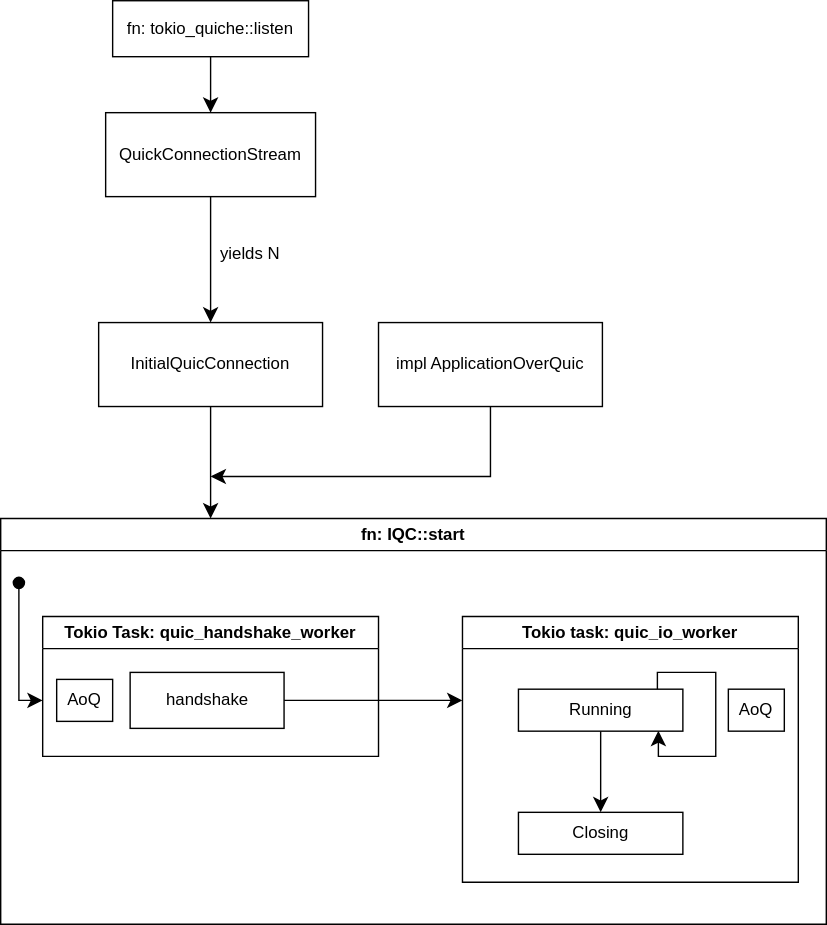
cloudflare/quiche keeps this draw.io diagram as tokio-quiche/docs/arch-server.drawio.svg. Above is the earlier version. Source tidied: cells renumbered, new cells last; positions are measured from the earlier drawing's top-left corner, leaving out a move shared by most shapes. Its diagram source:
```xml
<mxGraphModel>
  <root>
    <mxCell id="0" />
    <mxCell id="1" parent="0" />
    <mxCell id="2" style="edgeStyle=none;curved=1;rounded=0;jettySize=auto;html=1;fontSize=12;startSize=8;endSize=8;entryX=0.5;entryY=0;entryDx=0;entryDy=0;" parent="1" edge="1" source="3" target="6">
      <mxGeometry relative="1" as="geometry" />
    </mxCell>
    <mxCell id="3" value="fn: tokio_quiche::listen" style="rounded=0;whiteSpace=wrap;html=1;" parent="1" vertex="1">
      <mxGeometry x="80" width="140" height="40" as="geometry" />
    </mxCell>
    <mxCell id="4" style="edgeStyle=none;curved=1;rounded=0;jettySize=auto;html=1;entryX=0.5;entryY=0;entryDx=0;entryDy=0;fontSize=12;startSize=8;endSize=8;" parent="1" edge="1" source="6" target="7">
      <mxGeometry relative="1" as="geometry" />
    </mxCell>
    <mxCell id="5" value="yields N" style="edgeLabel;html=1;align=center;verticalAlign=middle;fontSize=12;" parent="4" vertex="1">
      <mxGeometry x="-0.55" y="2" relative="1" as="geometry">
        <mxPoint x="25" y="20" as="offset" />
      </mxGeometry>
    </mxCell>
    <mxCell id="6" value="QuickConnectionStream" style="rounded=0;whiteSpace=wrap;html=1;" parent="1" vertex="1">
      <mxGeometry x="75" y="80" width="150" height="60" as="geometry" />
    </mxCell>
    <mxCell id="7" value="InitialQuicConnection" style="rounded=0;whiteSpace=wrap;html=1;" parent="1" vertex="1">
      <mxGeometry x="70" y="230" width="160" height="60" as="geometry" />
    </mxCell>
    <mxCell id="8" style="edgeStyle=orthogonalEdgeStyle;rounded=0;jettySize=auto;html=1;fontSize=12;startSize=8;endSize=8;exitX=0.5;exitY=1;exitDx=0;exitDy=0;" parent="1" edge="1" source="9">
      <mxGeometry relative="1" as="geometry">
        <mxPoint x="150" y="340" as="targetPoint" />
        <Array as="points">
          <mxPoint x="350" y="340" />
          <mxPoint x="150" y="340" />
        </Array>
      </mxGeometry>
    </mxCell>
    <mxCell id="9" value="impl ApplicationOverQuic" style="rounded=0;whiteSpace=wrap;html=1;" parent="1" vertex="1">
      <mxGeometry x="270" y="230" width="160" height="60" as="geometry" />
    </mxCell>
    <mxCell id="10" value="fn: IQC::start" style="swimlane;whiteSpace=wrap;html=1;" parent="1" vertex="1">
      <mxGeometry y="370" width="590" height="290" as="geometry" />
    </mxCell>
    <mxCell id="11" value="Tokio Task: quic_handshake_worker" style="swimlane;whiteSpace=wrap;html=1;startSize=23;" parent="10" vertex="1">
      <mxGeometry x="30" y="70" width="240" height="100" as="geometry" />
    </mxCell>
    <mxCell id="12" style="edgeStyle=none;curved=1;rounded=0;jettySize=auto;html=1;fontSize=12;startSize=8;endSize=8;" parent="11" edge="1" source="13">
      <mxGeometry relative="1" as="geometry">
        <mxPoint x="300" y="60" as="targetPoint" />
      </mxGeometry>
    </mxCell>
    <mxCell id="13" value="handshake" style="rounded=0;whiteSpace=wrap;html=1;" parent="11" vertex="1">
      <mxGeometry x="62.5" y="40" width="110" height="40" as="geometry" />
    </mxCell>
    <mxCell id="14" value="AoQ" style="rounded=0;whiteSpace=wrap;html=1;" parent="11" vertex="1">
      <mxGeometry x="10" y="45" width="40" height="30" as="geometry" />
    </mxCell>
    <mxCell id="15" value="Tokio task: quic_io_worker" style="swimlane;whiteSpace=wrap;html=1;" parent="10" vertex="1">
      <mxGeometry x="330" y="70" width="240" height="190" as="geometry" />
    </mxCell>
    <mxCell id="16" style="edgeStyle=orthogonalEdgeStyle;rounded=0;orthogonalLoop=1;jettySize=auto;html=1;fontSize=12;startSize=8;endSize=8;entryX=0.847;entryY=0.989;entryDx=0;entryDy=0;entryPerimeter=0;exitX=0.845;exitY=0.069;exitDx=0;exitDy=0;exitPerimeter=0;" parent="15" edge="1" source="18" target="18">
      <mxGeometry relative="1" as="geometry">
        <Array as="points">
          <mxPoint x="139" y="40" />
          <mxPoint x="181" y="40" />
          <mxPoint x="181" y="100" />
          <mxPoint x="140" y="100" />
          <mxPoint x="140" y="82" />
        </Array>
      </mxGeometry>
    </mxCell>
    <mxCell id="17" style="edgeStyle=none;curved=1;rounded=0;jettySize=auto;html=1;entryX=0.5;entryY=0;entryDx=0;entryDy=0;fontSize=12;startSize=8;endSize=8;" parent="15" edge="1" source="18" target="19">
      <mxGeometry relative="1" as="geometry" />
    </mxCell>
    <mxCell id="18" value="Running" style="rounded=0;whiteSpace=wrap;html=1;" parent="15" vertex="1">
      <mxGeometry x="40" y="52" width="117.5" height="30" as="geometry" />
    </mxCell>
    <mxCell id="19" value="Closing" style="rounded=0;whiteSpace=wrap;html=1;" parent="15" vertex="1">
      <mxGeometry x="40" y="140" width="117.5" height="30" as="geometry" />
    </mxCell>
    <mxCell id="20" value="AoQ" style="rounded=0;whiteSpace=wrap;html=1;" parent="15" vertex="1">
      <mxGeometry x="190" y="52" width="40" height="30" as="geometry" />
    </mxCell>
    <mxCell id="21" style="endArrow=classic;html=1;rounded=0;fontSize=12;startSize=8;endSize=8;edgeStyle=orthogonalEdgeStyle;startArrow=oval;startFill=1;" parent="10" edge="1">
      <mxGeometry relative="1" as="geometry">
        <mxPoint x="13" y="46" as="sourcePoint" />
        <mxPoint x="30" y="130" as="targetPoint" />
        <Array as="points">
          <mxPoint x="13" y="46" />
          <mxPoint x="13" y="121" />
        </Array>
      </mxGeometry>
    </mxCell>
    <mxCell id="22" style="edgeStyle=none;curved=1;rounded=0;jettySize=auto;html=1;fontSize=12;startSize=8;endSize=8;" parent="1" edge="1" source="7">
      <mxGeometry relative="1" as="geometry">
        <mxPoint x="150" y="370" as="targetPoint" />
      </mxGeometry>
    </mxCell>
  </root>
</mxGraphModel>
```
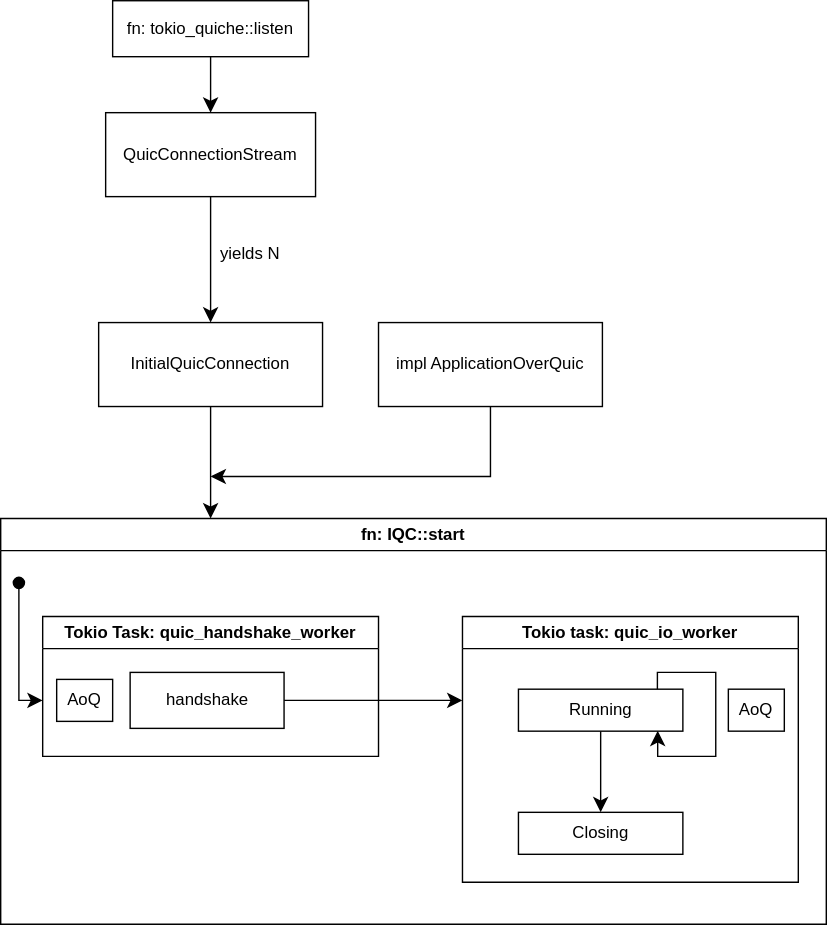
After the commit.

Commit message:
Fix typo in diagram

What changed in the source:
```diff
@@ -16,7 +16,7 @@
         <mxPoint x="25" y="20" as="offset" />
       </mxGeometry>
     </mxCell>
-    <mxCell id="6" value="QuickConnectionStream" style="rounded=0;whiteSpace=wrap;html=1;" parent="1" vertex="1">
+    <mxCell id="6" value="QuicConnectionStream" style="rounded=0;whiteSpace=wrap;html=1;" parent="1" vertex="1">
       <mxGeometry x="75" y="80" width="150" height="60" as="geometry" />
     </mxCell>
     <mxCell id="7" value="InitialQuicConnection" style="rounded=0;whiteSpace=wrap;html=1;" parent="1" vertex="1">
```
